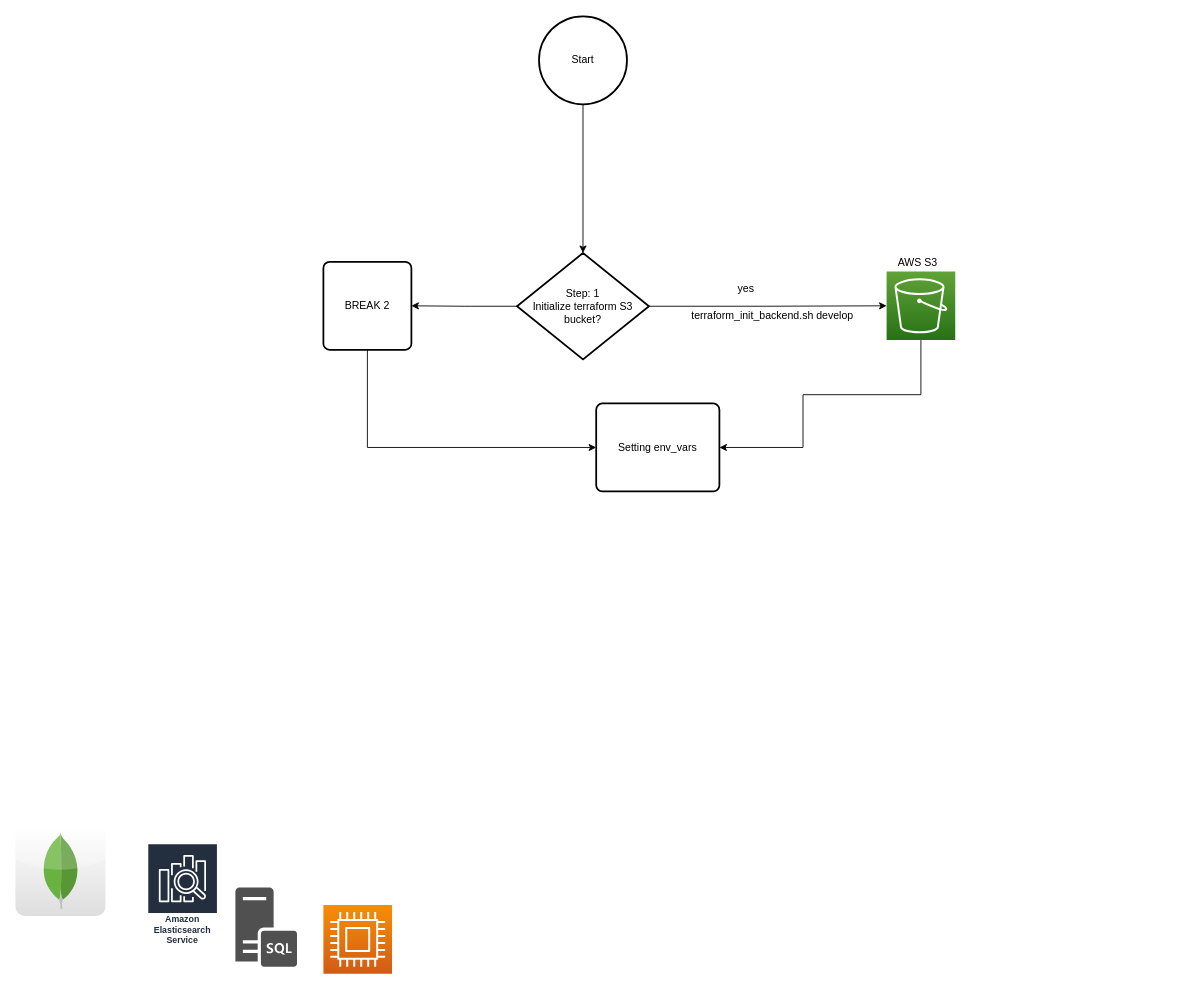
Earlier version of the draw.io diagram Untitled Diagram.drawio (Rahul-wd/diagrams). Source tidied: cells renumbered, new cells numbered last; positions are measured from the earlier drawing's top-left corner, leaving out a move shared by most shapes. Both pictures are drawn from the tidied source at 88%, with x=0, y=0 at pixel (15, 16).
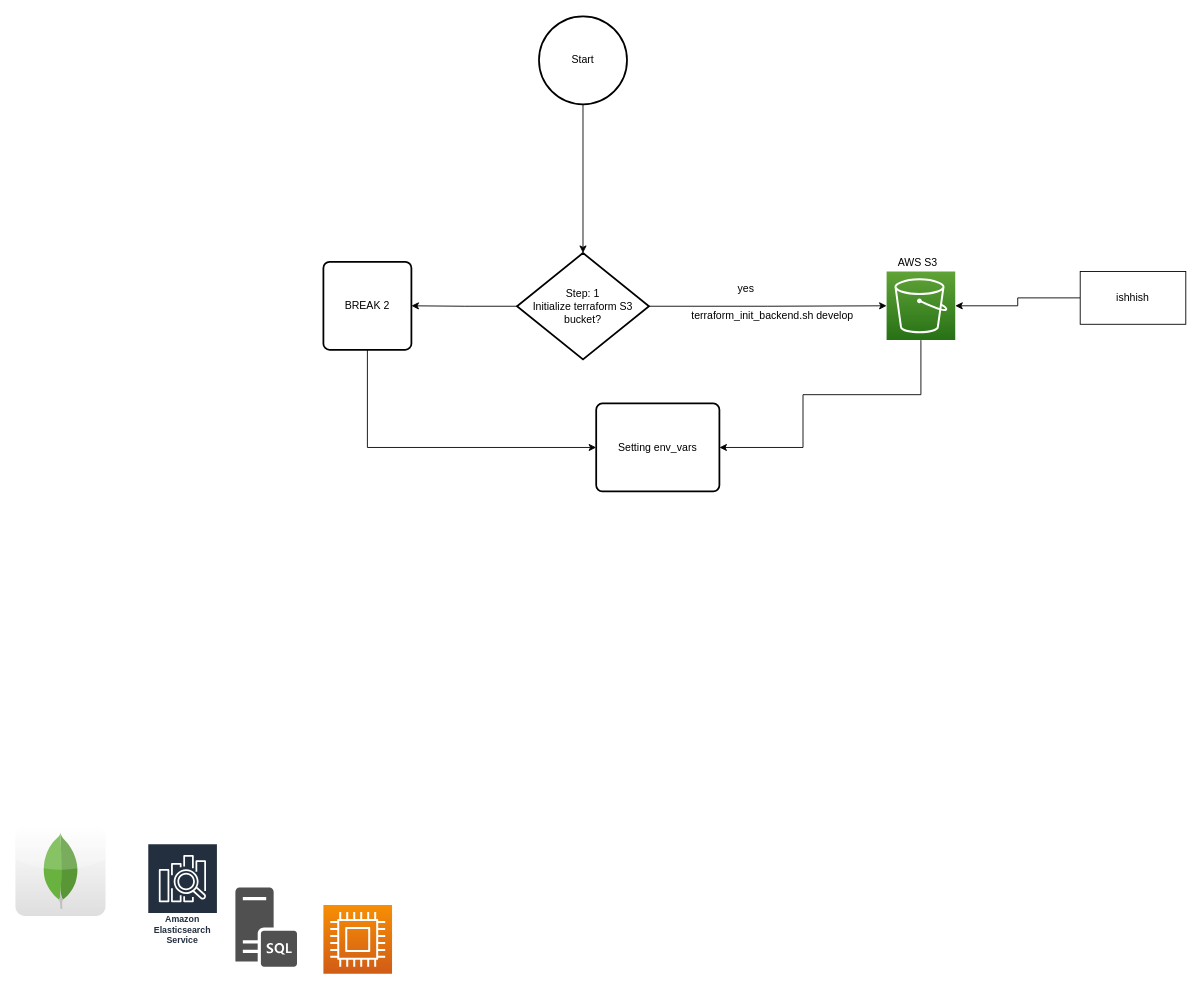
Above is the later version.

Unchanged cells that the change refers to:
```xml
<mxCell id="3" style="sketch=0;points=[[0,0,0],[0.25,0,0],[0.5,0,0],[0.75,0,0],[1,0,0],[0,1,0],[0.25,1,0],[0.5,1,0],[0.75,1,0],[1,1,0],[0,0.25,0],[0,0.5,0],[0,0.75,0],[1,0.25,0],[1,0.5,0],[1,0.75,0]];outlineConnect=0;fontColor=#232F3E;gradientColor=#60A337;gradientDirection=north;fillColor=#277116;strokeColor=#ffffff;dashed=0;verticalLabelPosition=bottom;verticalAlign=top;align=center;html=1;fontSize=12;fontStyle=0;shape=mxgraph.aws4.resourceIcon;resIcon=mxgraph.aws4.s3;" parent="1" vertex="1">
  <mxGeometry x="990" y="290" width="78" height="78" as="geometry" />
</mxCell>
```

The edit, as a diff of the source:
```diff
@@
+    <mxCell id="19" style="edgeStyle=orthogonalEdgeStyle;rounded=0;jettySize=auto;html=1;entryX=1;entryY=0.5;entryDx=0;entryDy=0;entryPerimeter=0;" parent="1" edge="1" source="20" target="3">
+      <mxGeometry relative="1" as="geometry" />
+    </mxCell>
+    <mxCell id="20" value="ishhish" style="whiteSpace=wrap;html=1;" parent="1" vertex="1">
+      <mxGeometry x="1210" y="290" width="120" height="60" as="geometry" />
+    </mxCell>
```
